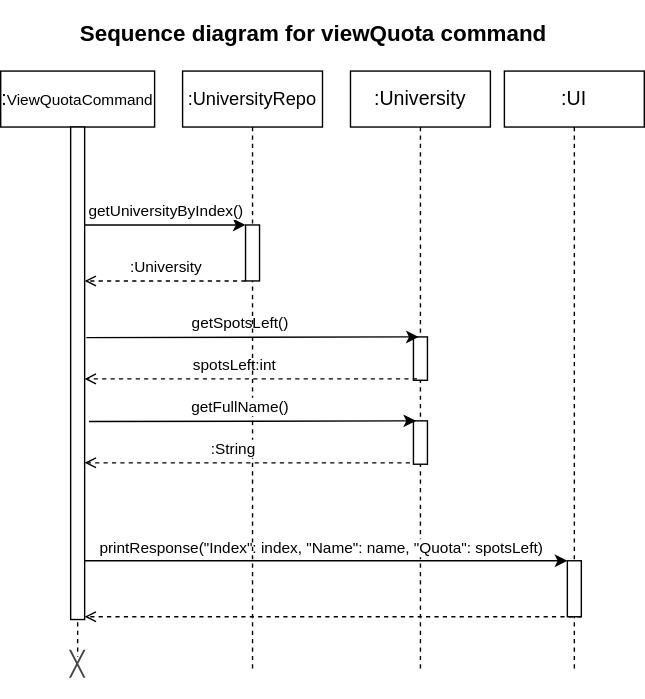
Above: docs/UML_Diagrams/ViewQuotaSequence.drawio.svg in paulktham/tp (draw.io), before the change. Source tidied: cells renumbered, new cells last; positions are measured from the earlier drawing's top-left corner, leaving out a move shared by most shapes.
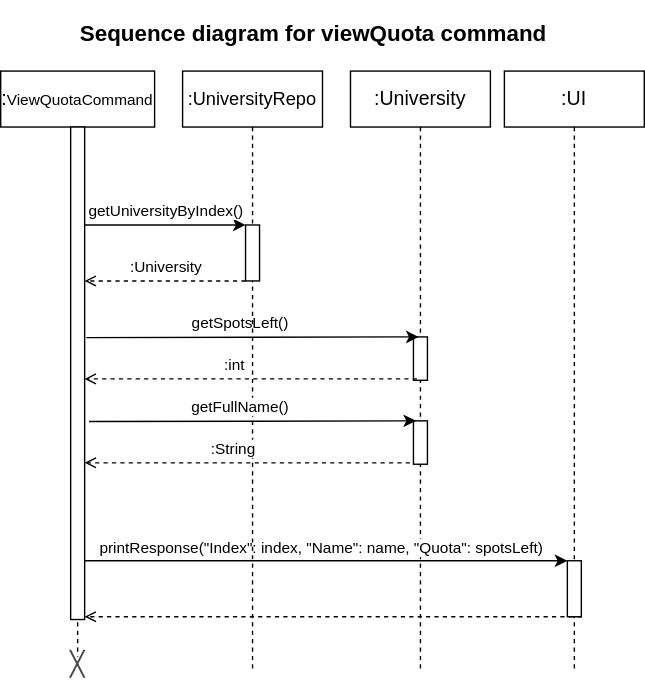
Above is the later version.

Diff of the diagram source:
```diff
@@ -29,7 +29,7 @@
         </Array>
       </mxGeometry>
     </mxCell>
-    <mxCell id="9" value="spotsLeft:int" style="edgeStyle=elbowEdgeStyle;rounded=0;orthogonalLoop=1;jettySize=auto;html=1;elbow=vertical;curved=0;endArrow=open;endFill=0;dashed=1;" parent="1" edge="1">
+    <mxCell id="9" value=":int" style="edgeStyle=elbowEdgeStyle;rounded=0;orthogonalLoop=1;jettySize=auto;html=1;elbow=vertical;curved=0;endArrow=open;endFill=0;dashed=1;" parent="1" edge="1">
       <mxGeometry x="0.11" y="-10" relative="1" as="geometry">
         <mxPoint x="297.5" y="270" as="sourcePoint" />
         <mxPoint x="60" y="270" as="targetPoint" />
```
